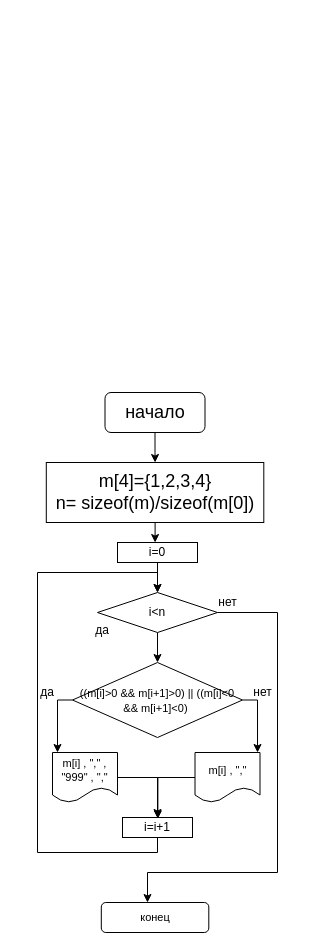
klep1koff/lifeishard keeps this draw.io diagram as 4/4.2.drawio. Above is the earlier version. Source tidied: cells renumbered, new cells numbered last; positions are measured from the earlier drawing's top-left corner, leaving out a move shared by most shapes. Both pictures are drawn from the tidied source at 100%, with x=0, y=0 at pixel (17, 392).
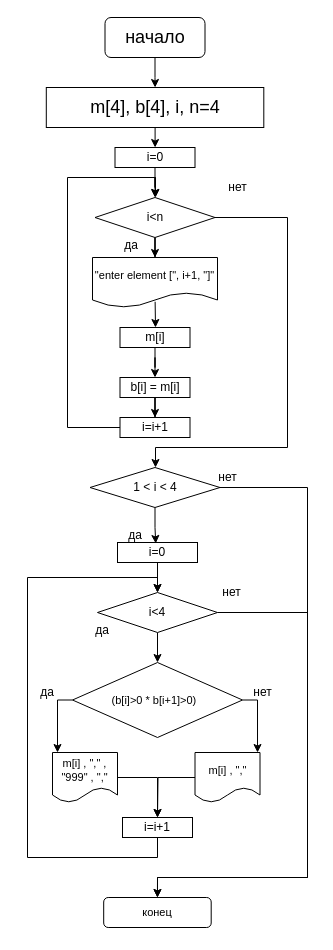
Above is the later version.

Unchanged cells that the change refers to:
```xml
<mxCell id="7" value="i=0" style="whiteSpace=wrap;html=1;rounded=0;" parent="1" vertex="1">
  <mxGeometry x="100" y="150" width="80" height="20" as="geometry" />
</mxCell>
<mxCell id="14" value="i=i+1" style="rounded=0;whiteSpace=wrap;html=1;" parent="1" vertex="1">
  <mxGeometry x="105" y="425" width="70" height="20" as="geometry" />
</mxCell>
<mxCell id="19" value="m[i] , &quot;,&quot; , &quot;999&quot; , &quot;,&quot;" style="shape=document;whiteSpace=wrap;html=1;boundedLbl=1;labelBackgroundColor=none;fontSize=11;fontColor=#000000;fillColor=none;" parent="1" vertex="1">
  <mxGeometry x="35" y="360" width="65" height="50" as="geometry" />
</mxCell>
<mxCell id="21" value="&lt;span&gt;m[i] , &quot;,&quot;&lt;/span&gt;" style="shape=document;whiteSpace=wrap;html=1;boundedLbl=1;labelBackgroundColor=none;fontSize=11;fontColor=#000000;fillColor=none;" parent="1" vertex="1">
  <mxGeometry x="177.5" y="360" width="65" height="50" as="geometry" />
</mxCell>
```

What changed in the source:
```diff
@@
     <mxCell id="3" value="&lt;font style=&quot;font-size: 18px&quot;&gt;начало&lt;/font&gt;" style="rounded=1;whiteSpace=wrap;html=1;" parent="1" vertex="1">
-      <mxGeometry x="87.5" width="100" height="40" as="geometry" />
+      <mxGeometry x="87.5" y="-375" width="100" height="40" as="geometry" />
     </mxCell>
-    <mxCell id="4" style="edgeStyle=orthogonalEdgeStyle;rounded=0;jettySize=auto;html=1;fontSize=18;entryX=0.46;entryY=0.01;entryDx=0;entryDy=0;entryPerimeter=0;" parent="1" edge="1" source="5" target="7">
-      <mxGeometry relative="1" as="geometry" />
-    </mxCell>
+    <mxCell id="25" style="edgeStyle=orthogonalEdgeStyle;rounded=0;jettySize=auto;html=1;entryX=0.5;entryY=0;entryDx=0;entryDy=0;" parent="1" edge="1" source="5" target="29">
+      <mxGeometry relative="1" as="geometry" />
+    </mxCell>
-    <mxCell id="5" value="m[4]={1,2,3,4}&lt;br&gt;&lt;div&gt;&lt;span&gt;n= sizeof(m)/sizeof(m[0])&lt;/span&gt;&lt;/div&gt;" style="rounded=0;whiteSpace=wrap;html=1;fontSize=18;" parent="1" vertex="1">
-      <mxGeometry x="28.8" y="70" width="217.5" height="60" as="geometry" />
+    <mxCell id="5" value="m[4], b[4], i, n=4" style="rounded=0;whiteSpace=wrap;html=1;fontSize=18;" parent="1" vertex="1">
+      <mxGeometry x="28.8" y="-305" width="217.5" height="40" as="geometry" />
     </mxCell>
@@
-    <mxCell id="9" style="edgeStyle=orthogonalEdgeStyle;rounded=0;jettySize=auto;html=1;fontSize=11;fontColor=#000000;" parent="1" edge="1" source="10">
-      <mxGeometry relative="1" as="geometry">
-        <mxPoint x="130" y="510" as="targetPoint" />
-        <Array as="points">
-          <mxPoint x="260" y="220" />
-          <mxPoint x="260" y="480" />
-          <mxPoint x="130" y="480" />
-        </Array>
-      </mxGeometry>
-    </mxCell>
+    <mxCell id="26" style="edgeStyle=orthogonalEdgeStyle;rounded=0;jettySize=auto;html=1;entryX=0.5;entryY=0;entryDx=0;entryDy=0;" parent="1" edge="1" source="10" target="24">
+      <mxGeometry relative="1" as="geometry">
+        <Array as="points">
+          <mxPoint x="290" y="220" />
+          <mxPoint x="290" y="485" />
+          <mxPoint x="140" y="485" />
+        </Array>
+      </mxGeometry>
+    </mxCell>
-    <mxCell id="10" value="i&amp;lt;n" style="rhombus;whiteSpace=wrap;html=1;rounded=0;" parent="1" vertex="1">
+    <mxCell id="10" value="i&amp;lt;4" style="rhombus;whiteSpace=wrap;html=1;rounded=0;" parent="1" vertex="1">
       <mxGeometry x="80" y="200" width="120" height="40" as="geometry" />
     </mxCell>
@@
+    <mxCell id="13" value="нет" style="text;html=1;align=center;verticalAlign=middle;strokeColor=none;fillColor=none;" parent="1" vertex="1">
+      <mxGeometry x="193.8" y="190" width="40" height="20" as="geometry" />
+    </mxCell>
-    <mxCell id="12" style="edgeStyle=orthogonalEdgeStyle;rounded=0;jettySize=auto;html=1;entryX=0.5;entryY=0;entryDx=0;entryDy=0;startArrow=none;" parent="1" edge="1" source="14" target="10">
+    <mxCell id="12" style="edgeStyle=orthogonalEdgeStyle;rounded=0;jettySize=auto;html=1;" parent="1" edge="1" source="14" target="10">
       <mxGeometry relative="1" as="geometry">
         <Array as="points">
-          <mxPoint x="140" y="460" />
-          <mxPoint x="20" y="460" />
-          <mxPoint x="20" y="180" />
-          <mxPoint x="140" y="180" />
+          <mxPoint x="140" y="465" />
+          <mxPoint x="10" y="465" />
+          <mxPoint x="10" y="185" />
+          <mxPoint x="140" y="185" />
         </Array>
       </mxGeometry>
     </mxCell>
-    <mxCell id="13" value="нет" style="text;html=1;align=center;verticalAlign=middle;strokeColor=none;fillColor=none;" parent="1" vertex="1">
-      <mxGeometry x="190" y="200" width="40" height="20" as="geometry" />
-    </mxCell>
@@
-    <mxCell id="17" value="&lt;font style=&quot;font-size: 11px&quot;&gt;((m[i]&amp;gt;0 &amp;amp;&amp;amp; m[i+1]&amp;gt;0) || ((m[i]&amp;lt;0 &amp;amp;&amp;amp; m[i+1]&amp;lt;0)&amp;nbsp;&lt;/font&gt;" style="rhombus;whiteSpace=wrap;html=1;labelBackgroundColor=none;fontSize=12;fontColor=#000000;fillColor=none;" parent="1" vertex="1">
+    <mxCell id="17" value="&lt;font style=&quot;font-size: 11px&quot;&gt;(b[i]&amp;gt;0 * b[i+1]&amp;gt;0)&amp;nbsp;&amp;nbsp;&lt;/font&gt;" style="rhombus;whiteSpace=wrap;html=1;labelBackgroundColor=none;fontSize=12;fontColor=#000000;fillColor=none;" parent="1" vertex="1">
       <mxGeometry x="55" y="270" width="170" height="75" as="geometry" />
     </mxCell>
-    <mxCell id="18" style="edgeStyle=orthogonalEdgeStyle;rounded=0;jettySize=auto;html=1;fontSize=11;fontColor=#000000;entryX=0.505;entryY=0.067;entryDx=0;entryDy=0;entryPerimeter=0;" parent="1" edge="1" source="19" target="14">
+    <mxCell id="18" style="edgeStyle=orthogonalEdgeStyle;rounded=0;jettySize=auto;html=1;entryX=0.5;entryY=0;entryDx=0;entryDy=0;" parent="1" edge="1" source="19" target="14">
       <mxGeometry relative="1" as="geometry" />
     </mxCell>
@@
-    <mxCell id="20" style="edgeStyle=orthogonalEdgeStyle;rounded=0;jettySize=auto;html=1;fontSize=11;fontColor=#000000;" parent="1" edge="1" source="21" target="14">
-      <mxGeometry relative="1" as="geometry" />
-    </mxCell>
+    <mxCell id="27" style="edgeStyle=orthogonalEdgeStyle;rounded=0;jettySize=auto;html=1;" parent="1" edge="1" source="21">
+      <mxGeometry relative="1" as="geometry">
+        <mxPoint x="140" y="425" as="targetPoint" />
+      </mxGeometry>
+    </mxCell>
@@
     <mxCell id="24" value="конец" style="rounded=1;whiteSpace=wrap;html=1;labelBackgroundColor=none;fontSize=11;fontColor=#000000;fillColor=none;" parent="1" vertex="1">
-      <mxGeometry x="83.8" y="510" width="107.5" height="30" as="geometry" />
+      <mxGeometry x="86.2" y="505" width="107.5" height="30" as="geometry" />
     </mxCell>
+    <mxCell id="28" style="edgeStyle=orthogonalEdgeStyle;rounded=0;jettySize=auto;html=1;" parent="1" edge="1" source="29" target="32">
+      <mxGeometry relative="1" as="geometry" />
+    </mxCell>
+    <mxCell id="29" value="i=0" style="whiteSpace=wrap;html=1;rounded=0;" parent="1" vertex="1">
+      <mxGeometry x="97.5" y="-245" width="80" height="20" as="geometry" />
+    </mxCell>
+    <mxCell id="30" style="edgeStyle=orthogonalEdgeStyle;rounded=0;jettySize=auto;html=1;" parent="1" edge="1" source="32" target="34">
+      <mxGeometry relative="1" as="geometry" />
+    </mxCell>
+    <mxCell id="31" style="edgeStyle=orthogonalEdgeStyle;rounded=0;jettySize=auto;html=1;" parent="1" edge="1" source="32">
+      <mxGeometry relative="1" as="geometry">
+        <mxPoint x="138" y="75" as="targetPoint" />
+        <Array as="points">
+          <mxPoint x="270" y="-175" />
+          <mxPoint x="270" y="55" />
+          <mxPoint x="138" y="55" />
+        </Array>
+      </mxGeometry>
+    </mxCell>
+    <mxCell id="32" value="i&amp;lt;n" style="rhombus;whiteSpace=wrap;html=1;rounded=0;" parent="1" vertex="1">
+      <mxGeometry x="77.5" y="-195" width="120" height="40" as="geometry" />
+    </mxCell>
+    <mxCell id="33" style="edgeStyle=orthogonalEdgeStyle;rounded=0;jettySize=auto;html=1;exitX=0.501;exitY=0.885;exitDx=0;exitDy=0;exitPerimeter=0;" parent="1" edge="1" source="34">
+      <mxGeometry relative="1" as="geometry">
+        <mxPoint x="138" y="-65" as="targetPoint" />
+      </mxGeometry>
+    </mxCell>
+    <mxCell id="34" value="&quot;enter element [&quot;, i+1, &quot;]&quot;" style="shape=document;whiteSpace=wrap;html=1;boundedLbl=1;labelBackgroundColor=none;fontSize=11;fontColor=#000000;fillColor=none;" parent="1" vertex="1">
+      <mxGeometry x="75" y="-135" width="125" height="50" as="geometry" />
+    </mxCell>
+    <mxCell id="35" style="edgeStyle=orthogonalEdgeStyle;rounded=0;jettySize=auto;html=1;" parent="1" edge="1" source="36">
+      <mxGeometry relative="1" as="geometry">
+        <mxPoint x="138" y="-195" as="targetPoint" />
+        <Array as="points">
+          <mxPoint x="50" y="35" />
+          <mxPoint x="50" y="-215" />
+          <mxPoint x="138" y="-215" />
+        </Array>
+      </mxGeometry>
+    </mxCell>
+    <mxCell id="36" value="i=i+1" style="rounded=0;whiteSpace=wrap;html=1;" parent="1" vertex="1">
+      <mxGeometry x="102.5" y="25" width="70" height="20" as="geometry" />
+    </mxCell>
+    <mxCell id="37" style="edgeStyle=orthogonalEdgeStyle;rounded=0;jettySize=auto;html=1;" parent="1" edge="1" source="38" target="40">
+      <mxGeometry relative="1" as="geometry" />
+    </mxCell>
+    <mxCell id="38" value="m[i]" style="rounded=0;whiteSpace=wrap;html=1;" parent="1" vertex="1">
+      <mxGeometry x="102.5" y="-65" width="70" height="20" as="geometry" />
+    </mxCell>
+    <mxCell id="39" style="edgeStyle=orthogonalEdgeStyle;rounded=0;jettySize=auto;html=1;entryX=0.5;entryY=0;entryDx=0;entryDy=0;" parent="1" edge="1" source="40" target="36">
+      <mxGeometry relative="1" as="geometry" />
+    </mxCell>
+    <mxCell id="40" value="b[i] = m[i]" style="rounded=0;whiteSpace=wrap;html=1;" parent="1" vertex="1">
+      <mxGeometry x="102.5" y="-15" width="70" height="20" as="geometry" />
+    </mxCell>
+    <mxCell id="41" value="да" style="text;html=1;strokeColor=none;fillColor=none;align=center;verticalAlign=middle;whiteSpace=wrap;rounded=0;" parent="1" vertex="1">
+      <mxGeometry x="83.8" y="-155" width="60" height="15" as="geometry" />
+    </mxCell>
+    <mxCell id="42" value="нет" style="text;html=1;align=center;verticalAlign=middle;strokeColor=none;fillColor=none;" parent="1" vertex="1">
+      <mxGeometry x="200" y="-215" width="40" height="20" as="geometry" />
+    </mxCell>
+    <mxCell id="43" style="edgeStyle=orthogonalEdgeStyle;rounded=0;jettySize=auto;html=1;entryX=0.478;entryY=0.048;entryDx=0;entryDy=0;entryPerimeter=0;" parent="1" edge="1" source="45" target="7">
+      <mxGeometry relative="1" as="geometry" />
+    </mxCell>
+    <mxCell id="44" style="edgeStyle=orthogonalEdgeStyle;rounded=0;jettySize=auto;html=1;entryX=0.5;entryY=0;entryDx=0;entryDy=0;" parent="1" edge="1" source="45" target="24">
+      <mxGeometry relative="1" as="geometry">
+        <Array as="points">
+          <mxPoint x="290" y="95" />
+          <mxPoint x="290" y="485" />
+          <mxPoint x="140" y="485" />
+        </Array>
+      </mxGeometry>
+    </mxCell>
+    <mxCell id="45" value="&lt;span&gt;1 &amp;lt; i &amp;lt; 4&lt;/span&gt;" style="rhombus;whiteSpace=wrap;html=1;" parent="1" vertex="1">
+      <mxGeometry x="72.5" y="75" width="130" height="40" as="geometry" />
+    </mxCell>
+    <mxCell id="46" value="да" style="text;html=1;strokeColor=none;fillColor=none;align=center;verticalAlign=middle;whiteSpace=wrap;rounded=0;" parent="1" vertex="1">
+      <mxGeometry x="87.5" y="135" width="60" height="15" as="geometry" />
+    </mxCell>
+    <mxCell id="47" value="нет" style="text;html=1;align=center;verticalAlign=middle;strokeColor=none;fillColor=none;" parent="1" vertex="1">
+      <mxGeometry x="190" y="75" width="40" height="20" as="geometry" />
+    </mxCell>
```
